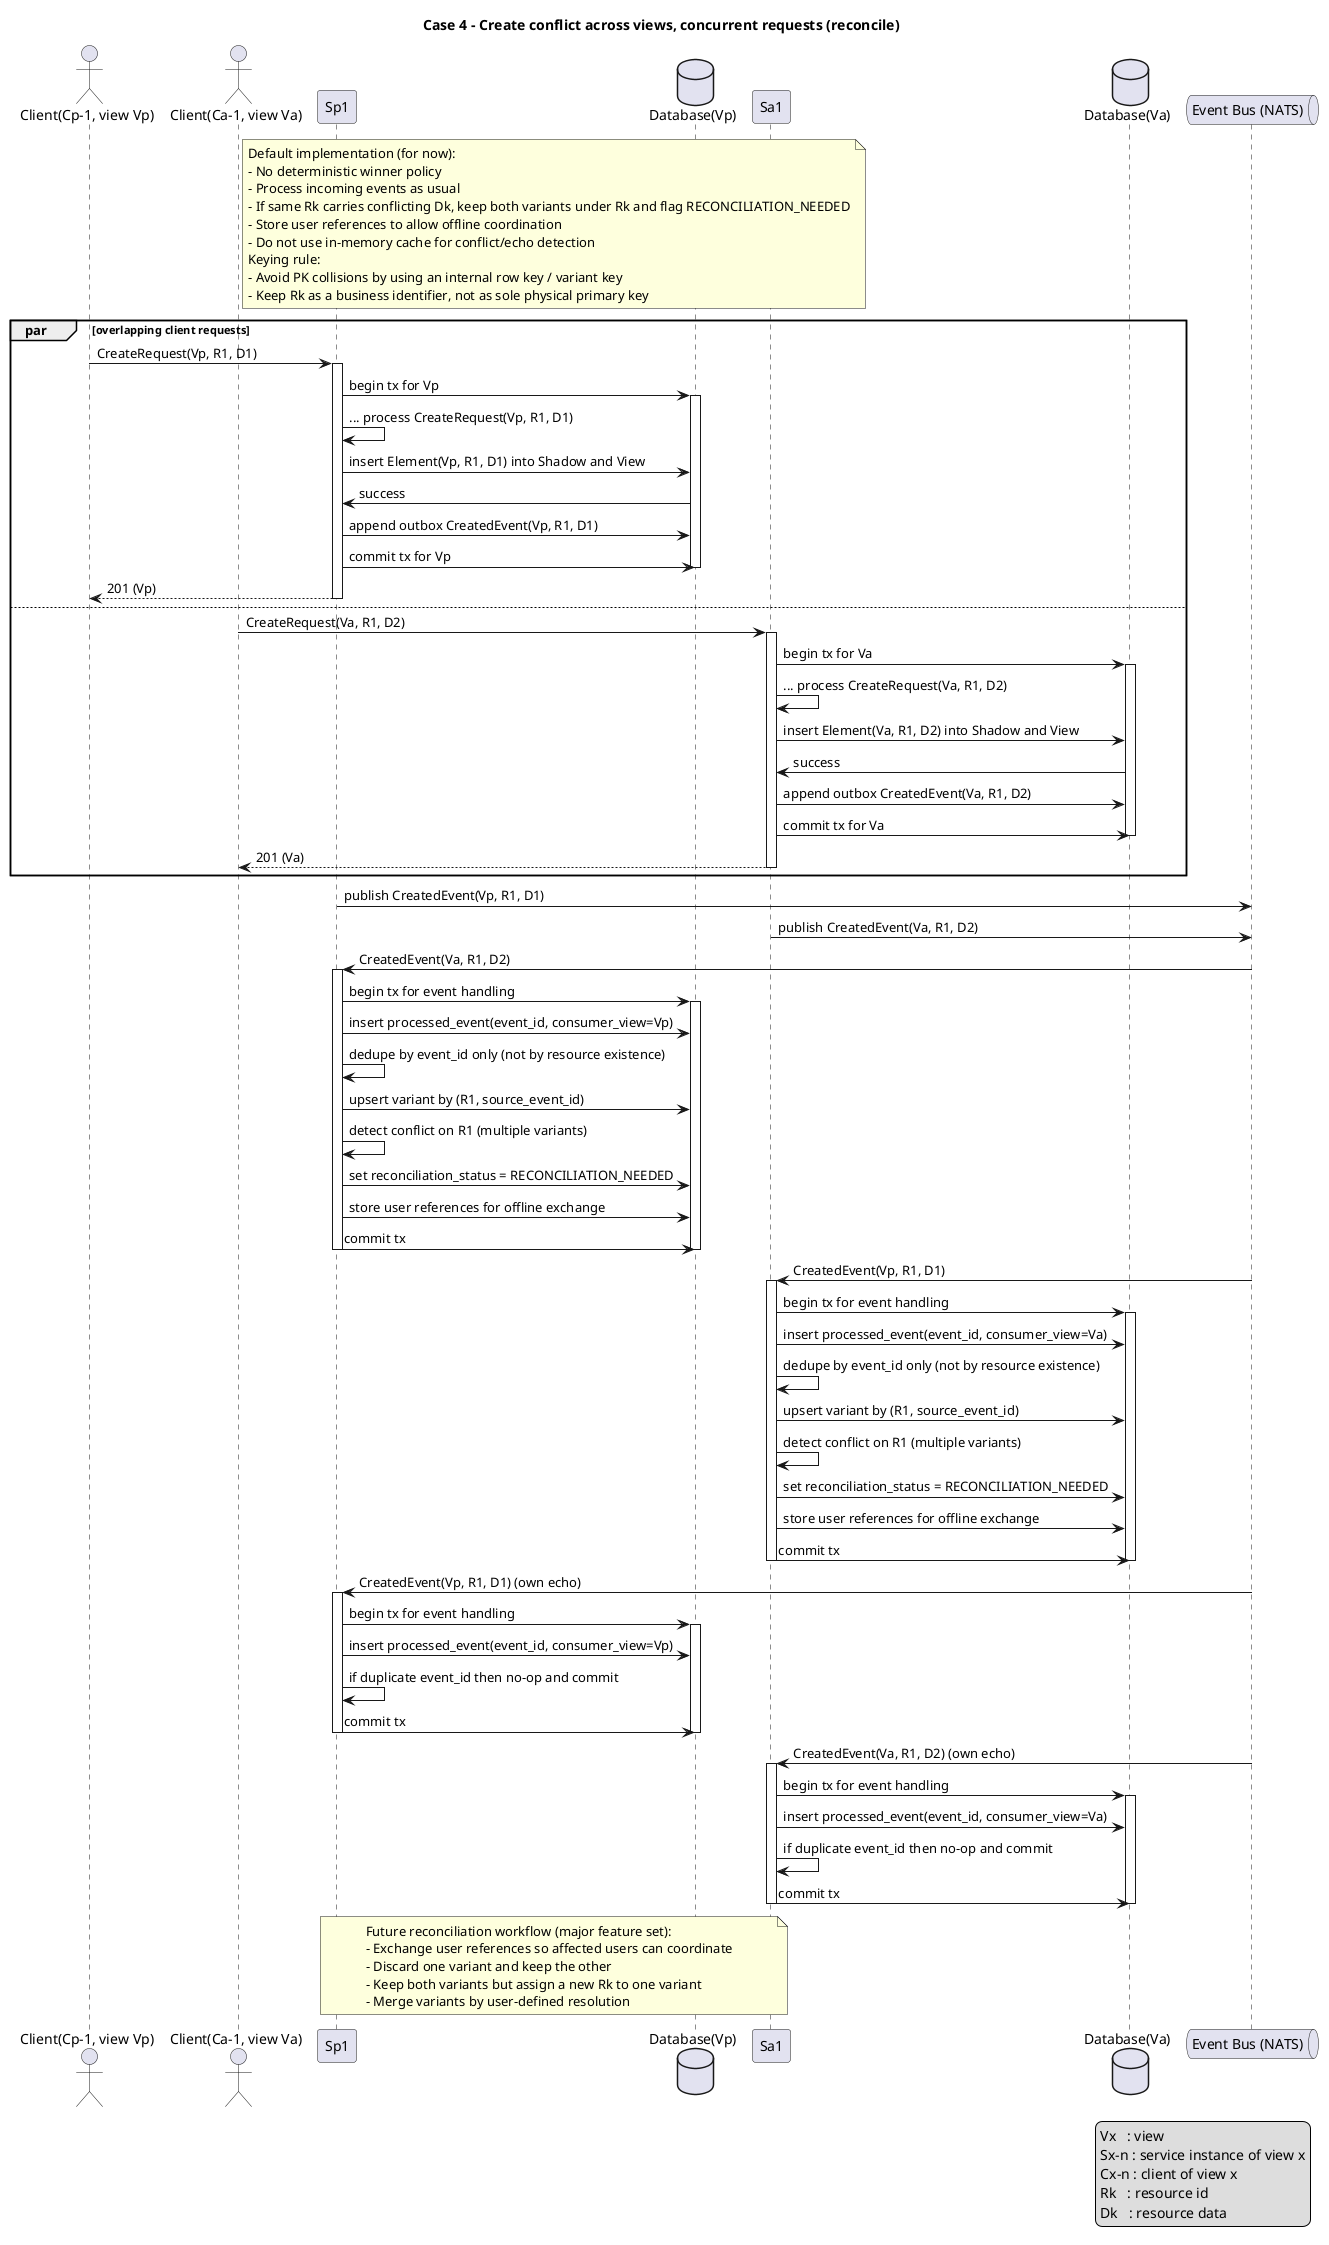
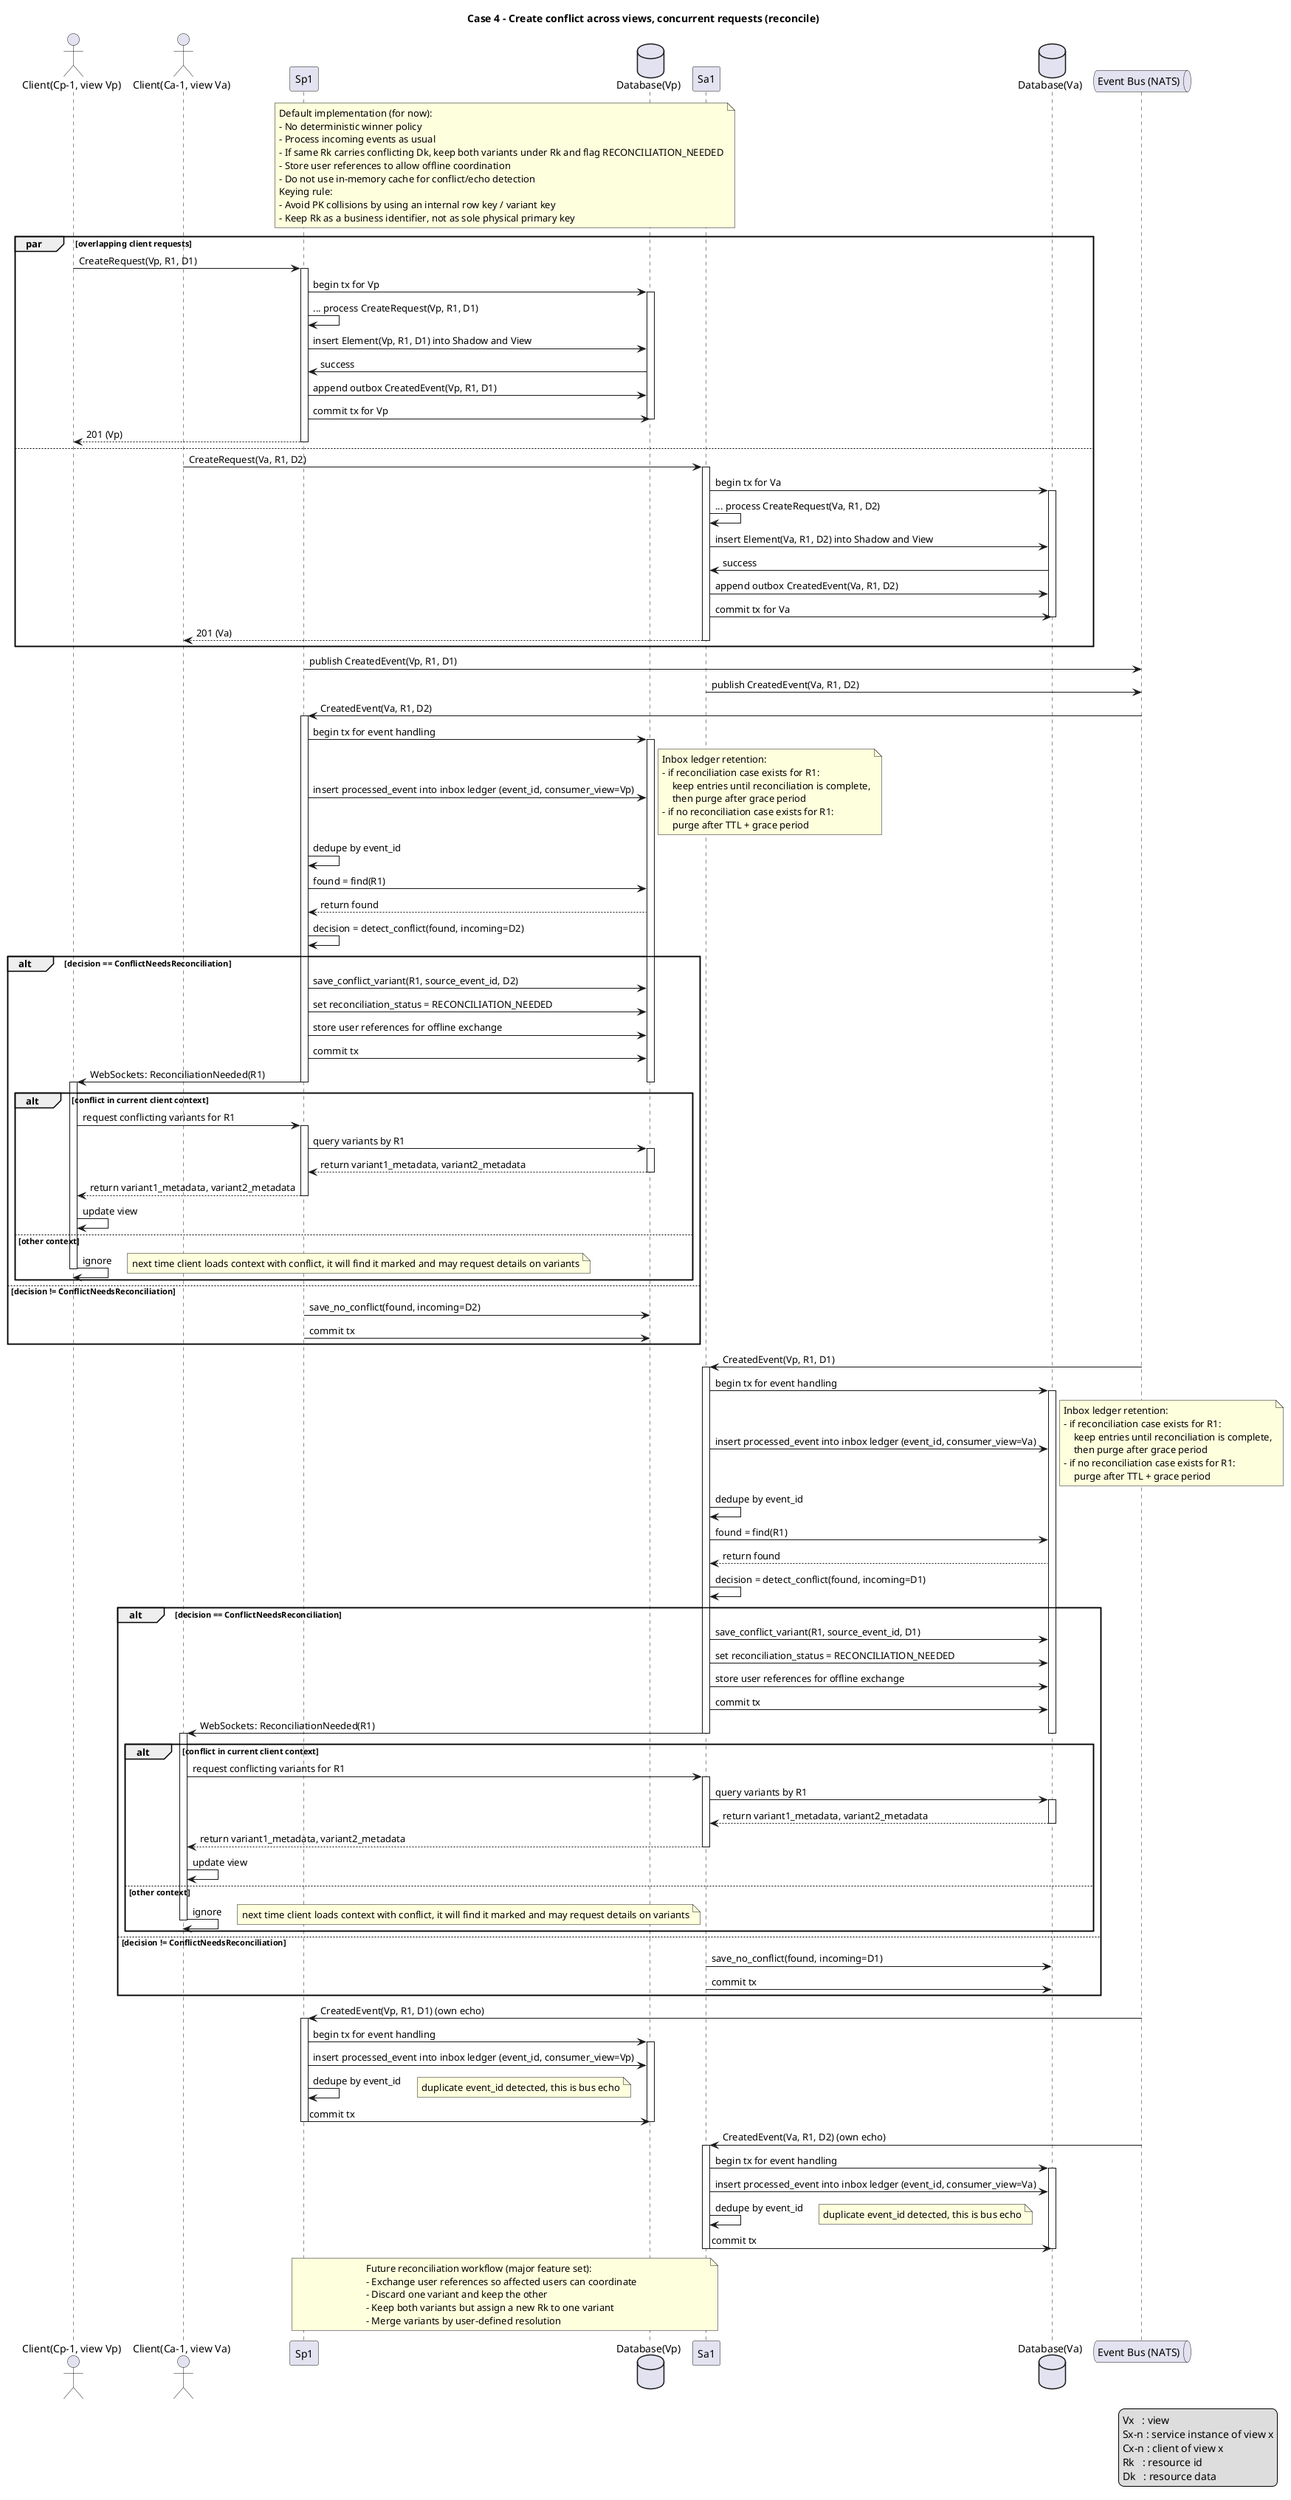
@startuml
title Case 4 - Create conflict across views, concurrent requests (reconcile)
legend right
Vx   : view
Sx-n : service instance of view x
Cx-n : client of view x
Rk   : resource id
Dk   : resource data
endlegend

note over Sp1, Sa1
Default implementation (for now):
- No deterministic winner policy
- Process incoming events as usual
- If same Rk carries conflicting Dk, keep both variants under Rk and flag RECONCILIATION_NEEDED
- Store user references to allow offline coordination
- Do not use in-memory cache for conflict/echo detection
Keying rule:
- Avoid PK collisions by using an internal row key / variant key
- Keep Rk as a business identifier, not as sole physical primary key
end note

actor Cp1 as "Client(Cp-1, view Vp)"
actor Ca1 as "Client(Ca-1, view Va)"
control Sp1 as "Service(Sp-1, view Vp)"
database DBp as "Database(Vp)"
control Sa1 as "Service(Sa-1, view Va)"
database DBa as "Database(Va)"
queue Bus as "Event Bus (NATS)"

par overlapping client requests
    Cp1 -> Sp1: CreateRequest(Vp, R1, D1)
    activate Sp1
    Sp1 -> DBp: begin tx for Vp
    activate DBp
    Sp1 -> Sp1: ... process CreateRequest(Vp, R1, D1)
    Sp1 -> DBp: insert Element(Vp, R1, D1) into Shadow and View
    Sp1 <- DBp: success
    Sp1 -> DBp: append outbox CreatedEvent(Vp, R1, D1)
    Sp1 -> DBp: commit tx for Vp
    deactivate DBp
    Sp1 --> Cp1: 201 (Vp)
    deactivate Sp1
else
    Ca1 -> Sa1: CreateRequest(Va, R1, D2)
    activate Sa1
    Sa1 -> DBa: begin tx for Va
    activate DBa
    Sa1 -> Sa1: ... process CreateRequest(Va, R1, D2)
    Sa1 -> DBa: insert Element(Va, R1, D2) into Shadow and View
    Sa1 <- DBa: success
    Sa1 -> DBa: append outbox CreatedEvent(Va, R1, D2)
    Sa1 -> DBa: commit tx for Va
    deactivate DBa
    Sa1 --> Ca1: 201 (Va)
    deactivate Sa1
end

Sp1 -> Bus: publish CreatedEvent(Vp, R1, D1)
Sa1 -> Bus: publish CreatedEvent(Va, R1, D2)

Bus -> Sp1: CreatedEvent(Va, R1, D2)
activate Sp1
Sp1 -> DBp: begin tx for event handling
activate DBp
- Sp1 -> DBp: insert processed_event(event_id, consumer_view=Vp)
- Sp1 -> Sp1: dedupe by event_id only (not by resource existence)
- Sp1 -> DBp: upsert variant by (R1, source_event_id)
- Sp1 -> Sp1: detect conflict on R1 (multiple variants)
- Sp1 -> DBp: set reconciliation_status = RECONCILIATION_NEEDED
- Sp1 -> DBp: store user references for offline exchange
- Sp1 -> DBp: commit tx
- deactivate DBp
- deactivate Sp1
+ Sp1 -> DBp: insert processed_event into inbox ledger (event_id, consumer_view=Vp)
+ note right
+ Inbox ledger retention:
+ - if reconciliation case exists for R1:
+     keep entries until reconciliation is complete,
+     then purge after grace period
+ - if no reconciliation case exists for R1:
+     purge after TTL + grace period
+ end note
+ Sp1 -> Sp1: dedupe by event_id
+ Sp1 -> DBp: found = find(R1)
+ Sp1 <-- DBp: return found
+ Sp1 -> Sp1: decision = detect_conflict(found, incoming=D2)
+ alt decision == ConflictNeedsReconciliation
+     Sp1 -> DBp: save_conflict_variant(R1, source_event_id, D2)
+     Sp1 -> DBp: set reconciliation_status = RECONCILIATION_NEEDED
+     Sp1 -> DBp: store user references for offline exchange
+     Sp1 -> DBp: commit tx
+     Cp1 <- Sp1: WebSockets: ReconciliationNeeded(R1)
+     deactivate DBp
+     deactivate Sp1
+     activate Cp1
+     alt conflict in current client context
+         Cp1 -> Sp1: request conflicting variants for R1
+         activate Sp1
+         Sp1 -> DBp: query variants by R1
+         activate DBp
+         Sp1 <-- DBp: return variant1_metadata, variant2_metadata
+         deactivate DBp
+         Sp1 --> Cp1: return variant1_metadata, variant2_metadata
+         deactivate Sp1
+         Cp1 -> Cp1: update view
+     else other context
+         Cp1 -> Cp1: ignore
+         note right: next time client loads context with conflict, it will find it marked and may request details on variants
+         deactivate Cp1
+     end
+ else decision != ConflictNeedsReconciliation
+     Sp1 -> DBp: save_no_conflict(found, incoming=D2)
+     Sp1 -> DBp: commit tx
+     deactivate DBp
+     deactivate Sp1
+ end

Bus -> Sa1: CreatedEvent(Vp, R1, D1)
activate Sa1
Sa1 -> DBa: begin tx for event handling
activate DBa
- Sa1 -> DBa: insert processed_event(event_id, consumer_view=Va)
- Sa1 -> Sa1: dedupe by event_id only (not by resource existence)
- Sa1 -> DBa: upsert variant by (R1, source_event_id)
- Sa1 -> Sa1: detect conflict on R1 (multiple variants)
- Sa1 -> DBa: set reconciliation_status = RECONCILIATION_NEEDED
- Sa1 -> DBa: store user references for offline exchange
- Sa1 -> DBa: commit tx
- deactivate DBa
- deactivate Sa1
+ Sa1 -> DBa: insert processed_event into inbox ledger (event_id, consumer_view=Va)
+ note right
+ Inbox ledger retention:
+ - if reconciliation case exists for R1:
+     keep entries until reconciliation is complete,
+     then purge after grace period
+ - if no reconciliation case exists for R1:
+     purge after TTL + grace period
+ end note
+ Sa1 -> Sa1: dedupe by event_id
+ Sa1 -> DBa: found = find(R1)
+ Sa1 <-- DBa: return found
+ Sa1 -> Sa1: decision = detect_conflict(found, incoming=D1)
+ alt decision == ConflictNeedsReconciliation
+     Sa1 -> DBa: save_conflict_variant(R1, source_event_id, D1)
+     Sa1 -> DBa: set reconciliation_status = RECONCILIATION_NEEDED
+     Sa1 -> DBa: store user references for offline exchange
+     Sa1 -> DBa: commit tx
+     Ca1 <- Sa1: WebSockets: ReconciliationNeeded(R1)
+     deactivate DBa
+     deactivate Sa1
+     activate Ca1
+     alt conflict in current client context
+         Ca1 -> Sa1: request conflicting variants for R1
+         activate Sa1
+         Sa1 -> DBa: query variants by R1
+         activate DBa
+         Sa1 <-- DBa: return variant1_metadata, variant2_metadata
+         deactivate DBa
+         Sa1 --> Ca1: return variant1_metadata, variant2_metadata
+         deactivate Sa1
+         Ca1 -> Ca1: update view
+     else other context
+         Ca1 -> Ca1: ignore
+         note right: next time client loads context with conflict, it will find it marked and may request details on variants
+         deactivate Ca1
+     end
+ else decision != ConflictNeedsReconciliation
+     Sa1 -> DBa: save_no_conflict(found, incoming=D1)
+     Sa1 -> DBa: commit tx
+     deactivate DBa
+     deactivate Sa1
+ end

Bus -> Sp1: CreatedEvent(Vp, R1, D1) (own echo)
activate Sp1
Sp1 -> DBp: begin tx for event handling
activate DBp
- Sp1 -> DBp: insert processed_event(event_id, consumer_view=Vp)
- Sp1 -> Sp1: if duplicate event_id then no-op and commit
+ Sp1 -> DBp: insert processed_event into inbox ledger (event_id, consumer_view=Vp)
+ Sp1 -> Sp1: dedupe by event_id
+ note right: duplicate event_id detected, this is bus echo
Sp1 -> DBp: commit tx
deactivate DBp
deactivate Sp1

Bus -> Sa1: CreatedEvent(Va, R1, D2) (own echo)
activate Sa1
Sa1 -> DBa: begin tx for event handling
activate DBa
- Sa1 -> DBa: insert processed_event(event_id, consumer_view=Va)
- Sa1 -> Sa1: if duplicate event_id then no-op and commit
+ Sa1 -> DBa: insert processed_event into inbox ledger (event_id, consumer_view=Va)
+ Sa1 -> Sa1: dedupe by event_id
+ note right: duplicate event_id detected, this is bus echo
Sa1 -> DBa: commit tx
deactivate DBa
deactivate Sa1

note over Sp1, Sa1
Future reconciliation workflow (major feature set):
- Exchange user references so affected users can coordinate
- Discard one variant and keep the other
- Keep both variants but assign a new Rk to one variant
- Merge variants by user-defined resolution
end note
@enduml
